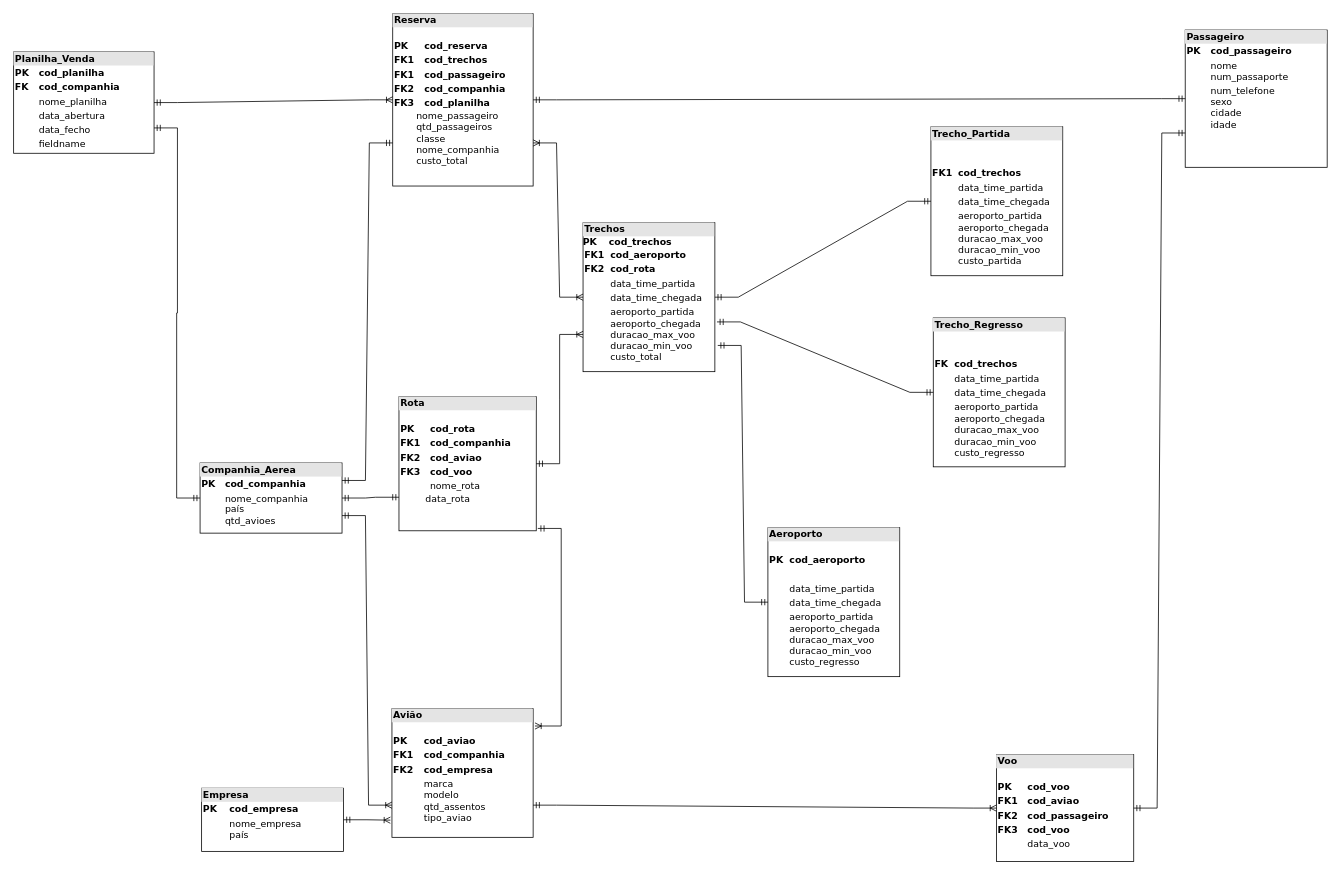
Earlier version of the draw.io diagram Images/MDL.drawio (Josemyr1993/JavaProject). Source tidied: cells renumbered, new cells numbered last; positions are measured from the earlier drawing's top-left corner, leaving out a move shared by most shapes. Both pictures are drawn from the tidied source at 78%, with x=0, y=0 at pixel (13, 13).
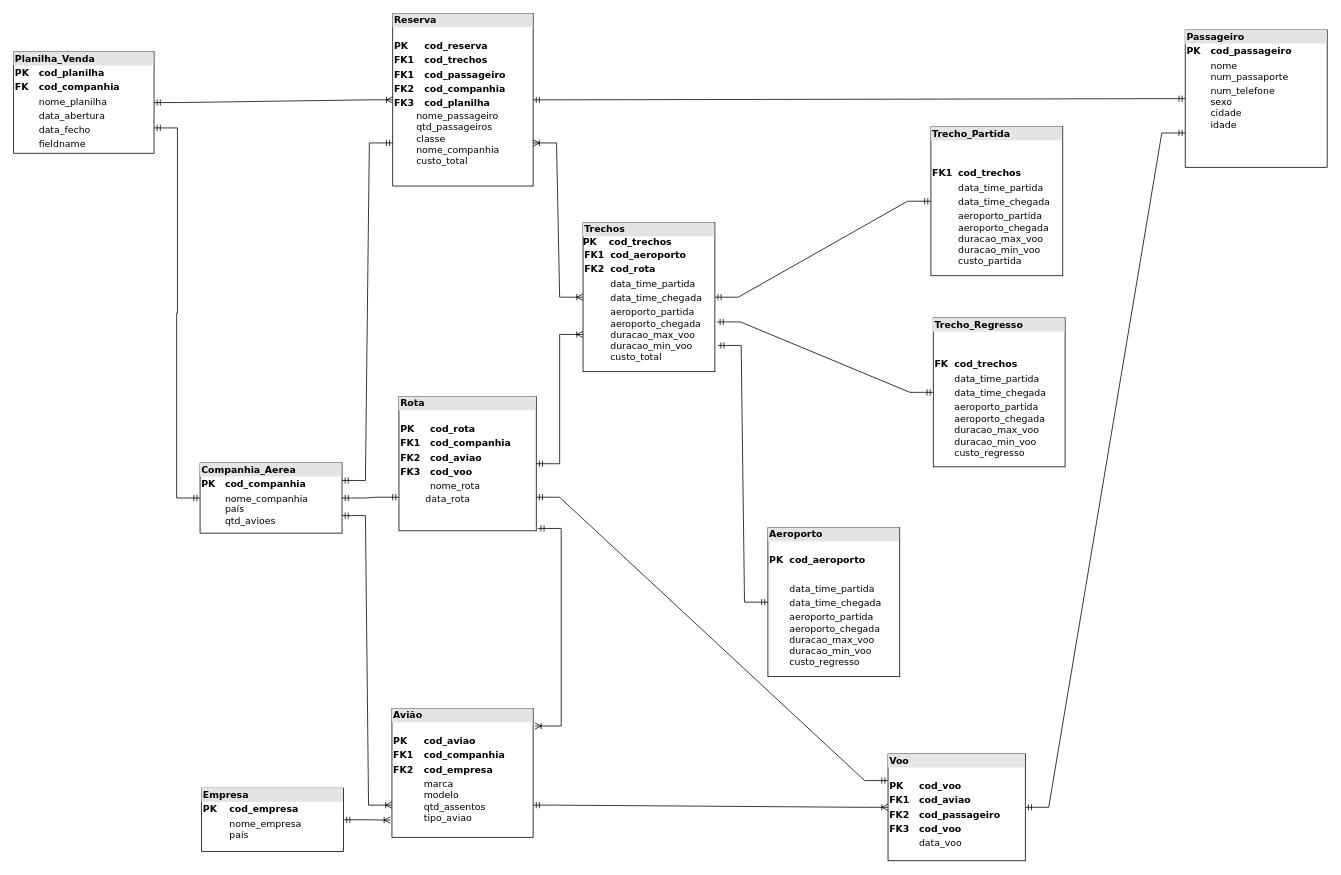
The same diagram, later.

The change refers to these unchanged cells:
```xml
<mxCell id="21" value="&lt;div style=&quot;box-sizing: border-box ; width: 100% ; background: #e4e4e4 ; padding: 2px&quot;&gt;&lt;b&gt;Rota&lt;/b&gt;&lt;/div&gt;&lt;br&gt;&lt;table style=&quot;width: 100% ; font-size: 1em&quot; cellpadding=&quot;2&quot; cellspacing=&quot;0&quot;&gt;&lt;tbody&gt;&lt;tr&gt;&lt;td&gt;&lt;b&gt;PK&lt;/b&gt;&lt;/td&gt;&lt;td&gt;&lt;b&gt;cod_rota&lt;br&gt;&lt;/b&gt;&lt;/td&gt;&lt;/tr&gt;&lt;tr&gt;&lt;td&gt;&lt;b&gt;FK1&lt;/b&gt;&lt;/td&gt;&lt;td&gt;&lt;b&gt;cod_companhia&lt;br&gt;&lt;/b&gt;&lt;/td&gt;&lt;/tr&gt;&lt;tr&gt;&lt;td&gt;&lt;b&gt;FK2&lt;/b&gt;&lt;/td&gt;&lt;td&gt;&lt;b&gt;cod_aviao&lt;/b&gt;&lt;/td&gt;&lt;/tr&gt;&lt;tr&gt;&lt;td&gt;&lt;b&gt;FK3&lt;/b&gt;&lt;/td&gt;&lt;td&gt;&lt;b&gt;cod_voo&lt;/b&gt;&lt;/td&gt;&lt;/tr&gt;&lt;tr&gt;&lt;td&gt;&lt;/td&gt;&lt;td&gt;nome_rota&lt;/td&gt;&lt;/tr&gt;&lt;/tbody&gt;&lt;/table&gt;&amp;nbsp; &amp;nbsp; &amp;nbsp; &amp;nbsp; &amp;nbsp;data_rota&lt;br&gt;&amp;nbsp; &amp;nbsp; &amp;nbsp; &amp;nbsp;&amp;nbsp;" style="verticalAlign=top;align=left;overflow=fill;html=1;rounded=0;shadow=0;comic=0;labelBackgroundColor=none;strokeWidth=1;fontFamily=Verdana;fontSize=12;" parent="1" vertex="1">
  <mxGeometry x="494" y="491" width="176" height="172" as="geometry" />
</mxCell>
```

Change to the diagram source:
```diff
@@
     <mxCell id="12" value="&lt;div style=&quot;box-sizing: border-box ; width: 100% ; background: #e4e4e4 ; padding: 2px&quot;&gt;&lt;b&gt;Voo&lt;/b&gt;&lt;/div&gt;&lt;br&gt;&lt;table style=&quot;width: 100% ; font-size: 1em&quot; cellpadding=&quot;2&quot; cellspacing=&quot;0&quot;&gt;&lt;tbody&gt;&lt;tr&gt;&lt;td&gt;&lt;b&gt;PK&lt;/b&gt;&lt;/td&gt;&lt;td&gt;&lt;b&gt;cod_voo&lt;br&gt;&lt;/b&gt;&lt;/td&gt;&lt;/tr&gt;&lt;tr&gt;&lt;td&gt;&lt;b&gt;FK1&lt;/b&gt;&lt;/td&gt;&lt;td&gt;&lt;b&gt;cod_aviao&lt;br&gt;&lt;/b&gt;&lt;/td&gt;&lt;/tr&gt;&lt;tr&gt;&lt;td&gt;&lt;b&gt;FK2&lt;/b&gt;&lt;/td&gt;&lt;td&gt;&lt;b&gt;cod_passageiro&lt;/b&gt;&lt;/td&gt;&lt;/tr&gt;&lt;tr&gt;&lt;td&gt;&lt;b&gt;FK3&lt;/b&gt;&lt;/td&gt;&lt;td&gt;&lt;b&gt;cod_voo&lt;/b&gt;&lt;/td&gt;&lt;/tr&gt;&lt;tr&gt;&lt;td&gt;&lt;/td&gt;&lt;td&gt;data_voo&lt;br&gt;&lt;/td&gt;&lt;/tr&gt;&lt;/tbody&gt;&lt;/table&gt;&amp;nbsp; &amp;nbsp; &amp;nbsp; &amp;nbsp; &amp;nbsp;&lt;br&gt;&amp;nbsp; &amp;nbsp; &amp;nbsp; &amp;nbsp;&amp;nbsp;" style="verticalAlign=top;align=left;overflow=fill;html=1;rounded=0;shadow=0;comic=0;labelBackgroundColor=none;strokeWidth=1;fontFamily=Verdana;fontSize=12;" parent="1" vertex="1">
-      <mxGeometry x="1260" y="950" width="176" height="137" as="geometry" />
+      <mxGeometry x="1121" y="949" width="176" height="137" as="geometry" />
     </mxCell>
@@
+    <mxCell id="29" style="edgeStyle=entityRelationEdgeStyle;fontSize=12;html=1;endArrow=ERmandOne;startArrow=ERmandOne;rounded=0;exitX=1;exitY=0.75;exitDx=0;exitDy=0;entryX=0;entryY=0.25;entryDx=0;entryDy=0;" parent="1" edge="1" source="21" target="12">
+      <mxGeometry relative="1" as="geometry" />
+    </mxCell>
```
